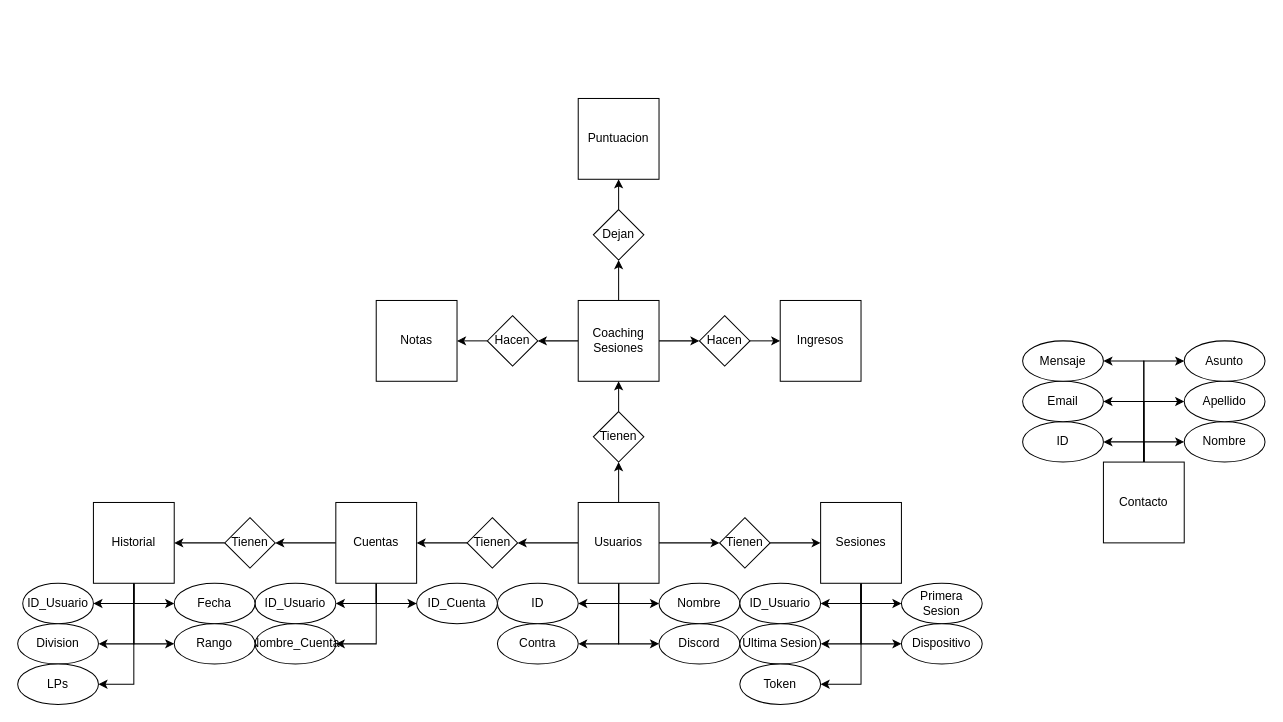
Before: BBDDBellum.drawio in meeeww/bellumserver, a draw.io diagram. Source tidied: cells renumbered, new cells numbered last; positions are measured from the earlier drawing's top-left corner, leaving out a move shared by most shapes. Both pictures are drawn from the tidied source at 101%, with x=0, y=0 at pixel (17, 98).
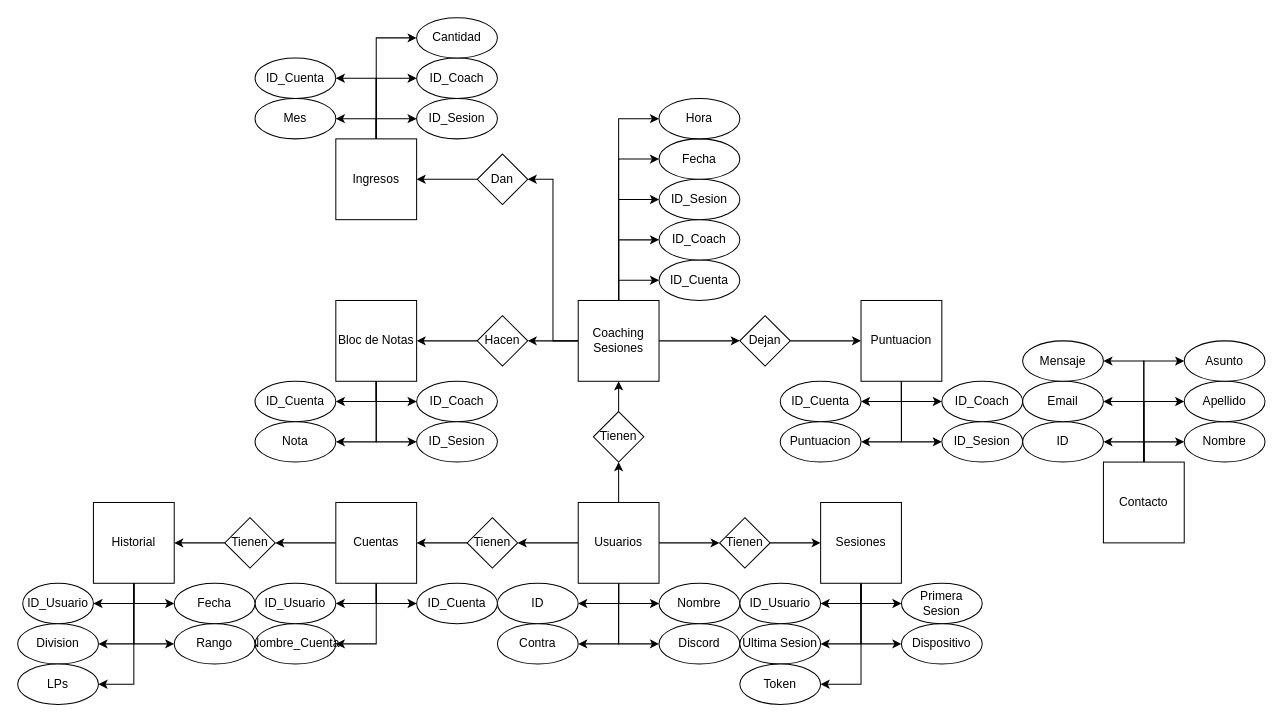
After the change.

Commit message:
Hecha la base de datos

Unchanged cells that the change refers to:
```xml
<mxCell id="31" value="Coaching Sesiones" style="whiteSpace=wrap;html=1;" parent="1" vertex="1">
  <mxGeometry x="555" y="200" width="80" height="80" as="geometry" />
</mxCell>
```

What changed in the source:
```diff
@@
+    <mxCell id="30" style="edgeStyle=none;html=1;entryX=1;entryY=0.5;entryDx=0;entryDy=0;" parent="1" edge="1" source="31" target="75">
+      <mxGeometry relative="1" as="geometry" />
+    </mxCell>
+    <mxCell id="78" style="edgeStyle=orthogonalEdgeStyle;rounded=0;jettySize=auto;html=1;entryX=0;entryY=0.5;entryDx=0;entryDy=0;" parent="1" edge="1" source="31" target="102">
+      <mxGeometry relative="1" as="geometry" />
+    </mxCell>
-    <mxCell id="28" style="edgeStyle=none;html=1;entryX=0;entryY=0.5;entryDx=0;entryDy=0;" parent="1" edge="1" source="31" target="73">
+    <mxCell id="28" style="edgeStyle=orthogonalEdgeStyle;rounded=0;jettySize=auto;html=1;entryX=1;entryY=0.5;entryDx=0;entryDy=0;" parent="1" edge="1" source="31" target="73">
       <mxGeometry relative="1" as="geometry" />
     </mxCell>
-    <mxCell id="29" style="edgeStyle=none;html=1;entryX=0.5;entryY=1;entryDx=0;entryDy=0;" parent="1" edge="1" source="31" target="77">
+    <mxCell id="29" style="edgeStyle=orthogonalEdgeStyle;rounded=0;jettySize=auto;html=1;entryX=0;entryY=0.5;entryDx=0;entryDy=0;" parent="1" edge="1" source="31" target="77">
       <mxGeometry relative="1" as="geometry" />
     </mxCell>
-    <mxCell id="30" style="edgeStyle=none;html=1;entryX=1;entryY=0.5;entryDx=0;entryDy=0;" parent="1" edge="1" source="31" target="75">
-      <mxGeometry relative="1" as="geometry" />
-    </mxCell>
+    <mxCell id="79" style="edgeStyle=orthogonalEdgeStyle;rounded=0;jettySize=auto;html=1;entryX=0;entryY=0.5;entryDx=0;entryDy=0;" parent="1" edge="1" source="31" target="101">
+      <mxGeometry relative="1" as="geometry" />
+    </mxCell>
+    <mxCell id="80" style="edgeStyle=orthogonalEdgeStyle;rounded=0;jettySize=auto;html=1;entryX=0;entryY=0.5;entryDx=0;entryDy=0;" parent="1" edge="1" source="31" target="100">
+      <mxGeometry relative="1" as="geometry" />
+    </mxCell>
+    <mxCell id="81" style="edgeStyle=orthogonalEdgeStyle;rounded=0;jettySize=auto;html=1;entryX=0;entryY=0.5;entryDx=0;entryDy=0;" parent="1" edge="1" source="31" target="103">
+      <mxGeometry relative="1" as="geometry" />
+    </mxCell>
+    <mxCell id="82" style="edgeStyle=orthogonalEdgeStyle;rounded=0;jettySize=auto;html=1;entryX=0;entryY=0.5;entryDx=0;entryDy=0;" parent="1" edge="1" source="31" target="104">
+      <mxGeometry relative="1" as="geometry" />
+    </mxCell>
@@
+    <mxCell id="83" style="edgeStyle=orthogonalEdgeStyle;rounded=0;jettySize=auto;html=1;entryX=1;entryY=0.5;entryDx=0;entryDy=0;" parent="1" edge="1" source="32" target="110">
+      <mxGeometry relative="1" as="geometry" />
+    </mxCell>
+    <mxCell id="84" style="edgeStyle=orthogonalEdgeStyle;rounded=0;jettySize=auto;html=1;entryX=0;entryY=0.5;entryDx=0;entryDy=0;" parent="1" edge="1" source="32" target="113">
+      <mxGeometry relative="1" as="geometry" />
+    </mxCell>
+    <mxCell id="85" style="edgeStyle=orthogonalEdgeStyle;rounded=0;jettySize=auto;html=1;entryX=1;entryY=0.5;entryDx=0;entryDy=0;" parent="1" edge="1" source="32" target="112">
+      <mxGeometry relative="1" as="geometry" />
+    </mxCell>
+    <mxCell id="86" style="edgeStyle=orthogonalEdgeStyle;rounded=0;jettySize=auto;html=1;entryX=0;entryY=0.5;entryDx=0;entryDy=0;" parent="1" edge="1" source="32" target="111">
+      <mxGeometry relative="1" as="geometry" />
+    </mxCell>
     <mxCell id="32" value="Puntuacion" style="whiteSpace=wrap;html=1;" parent="1" vertex="1">
-      <mxGeometry x="555" width="80" height="80" as="geometry" />
+      <mxGeometry x="835" y="200" width="80" height="80" as="geometry" />
     </mxCell>
+    <mxCell id="87" style="edgeStyle=orthogonalEdgeStyle;rounded=0;jettySize=auto;html=1;entryX=1;entryY=0.5;entryDx=0;entryDy=0;" parent="1" edge="1" source="33" target="98">
+      <mxGeometry relative="1" as="geometry" />
+    </mxCell>
+    <mxCell id="88" style="edgeStyle=orthogonalEdgeStyle;rounded=0;jettySize=auto;html=1;entryX=0;entryY=0.5;entryDx=0;entryDy=0;" parent="1" edge="1" source="33" target="99">
+      <mxGeometry relative="1" as="geometry" />
+    </mxCell>
-    <mxCell id="33" value="Notas" style="whiteSpace=wrap;html=1;" parent="1" vertex="1">
-      <mxGeometry x="355" y="200" width="80" height="80" as="geometry" />
+    <mxCell id="33" value="Bloc de Notas" style="whiteSpace=wrap;html=1;" parent="1" vertex="1">
+      <mxGeometry x="315" y="200" width="80" height="80" as="geometry" />
     </mxCell>
+    <mxCell id="89" style="edgeStyle=orthogonalEdgeStyle;rounded=0;jettySize=auto;html=1;entryX=0;entryY=0.5;entryDx=0;entryDy=0;" parent="1" edge="1" source="34" target="108">
+      <mxGeometry relative="1" as="geometry" />
+    </mxCell>
+    <mxCell id="90" style="edgeStyle=orthogonalEdgeStyle;rounded=0;jettySize=auto;html=1;entryX=1;entryY=0.5;entryDx=0;entryDy=0;" parent="1" edge="1" source="34" target="107">
+      <mxGeometry relative="1" as="geometry" />
+    </mxCell>
+    <mxCell id="91" style="edgeStyle=orthogonalEdgeStyle;rounded=0;jettySize=auto;html=1;entryX=0;entryY=0.5;entryDx=0;entryDy=0;" parent="1" edge="1" source="34" target="106">
+      <mxGeometry relative="1" as="geometry" />
+    </mxCell>
+    <mxCell id="92" style="edgeStyle=orthogonalEdgeStyle;rounded=0;jettySize=auto;html=1;entryX=1;entryY=0.5;entryDx=0;entryDy=0;" parent="1" edge="1" source="34" target="105">
+      <mxGeometry relative="1" as="geometry" />
+    </mxCell>
+    <mxCell id="93" style="edgeStyle=orthogonalEdgeStyle;rounded=0;jettySize=auto;html=1;entryX=0;entryY=0.5;entryDx=0;entryDy=0;" parent="1" edge="1" source="34" target="109">
+      <mxGeometry relative="1" as="geometry" />
+    </mxCell>
     <mxCell id="34" value="Ingresos" style="whiteSpace=wrap;html=1;" parent="1" vertex="1">
-      <mxGeometry x="755" y="200" width="80" height="80" as="geometry" />
+      <mxGeometry x="315" y="40" width="80" height="80" as="geometry" />
     </mxCell>
@@
-    <mxCell id="72" style="edgeStyle=none;html=1;entryX=0;entryY=0.5;entryDx=0;entryDy=0;" parent="1" edge="1" source="73" target="34">
+    <mxCell id="72" style="edgeStyle=orthogonalEdgeStyle;rounded=0;jettySize=auto;html=1;entryX=1;entryY=0.5;entryDx=0;entryDy=0;" parent="1" edge="1" source="73" target="34">
       <mxGeometry relative="1" as="geometry" />
     </mxCell>
-    <mxCell id="73" value="Hacen" style="rhombus;whiteSpace=wrap;html=1;" parent="1" vertex="1">
-      <mxGeometry x="675" y="215" width="50" height="50" as="geometry" />
+    <mxCell id="73" value="Dan" style="rhombus;whiteSpace=wrap;html=1;" parent="1" vertex="1">
+      <mxGeometry x="455" y="55" width="50" height="50" as="geometry" />
     </mxCell>
@@
     <mxCell id="75" value="Hacen" style="rhombus;whiteSpace=wrap;html=1;" parent="1" vertex="1">
-      <mxGeometry x="465" y="215" width="50" height="50" as="geometry" />
+      <mxGeometry x="455" y="215" width="50" height="50" as="geometry" />
     </mxCell>
-    <mxCell id="76" style="edgeStyle=none;html=1;entryX=0.5;entryY=1;entryDx=0;entryDy=0;" parent="1" edge="1" source="77" target="32">
+    <mxCell id="76" style="edgeStyle=orthogonalEdgeStyle;rounded=0;jettySize=auto;html=1;entryX=0;entryY=0.5;entryDx=0;entryDy=0;" parent="1" edge="1" source="77" target="32">
       <mxGeometry relative="1" as="geometry" />
     </mxCell>
     <mxCell id="77" value="Dejan" style="rhombus;whiteSpace=wrap;html=1;" parent="1" vertex="1">
-      <mxGeometry x="570" y="110" width="50" height="50" as="geometry" />
+      <mxGeometry x="715" y="215" width="50" height="50" as="geometry" />
     </mxCell>
+    <mxCell id="94" value="ID_Cuenta" style="ellipse;whiteSpace=wrap;html=1;" parent="1" vertex="1">
+      <mxGeometry x="235" y="280" width="80" height="40" as="geometry" />
+    </mxCell>
+    <mxCell id="95" style="edgeStyle=orthogonalEdgeStyle;rounded=0;jettySize=auto;html=1;entryX=1;entryY=0.5;entryDx=0;entryDy=0;exitX=0.5;exitY=1;exitDx=0;exitDy=0;" parent="1" edge="1" source="33" target="94">
+      <mxGeometry relative="1" as="geometry" />
+    </mxCell>
+    <mxCell id="96" value="ID_Coach" style="ellipse;whiteSpace=wrap;html=1;" parent="1" vertex="1">
+      <mxGeometry x="395" y="280" width="80" height="40" as="geometry" />
+    </mxCell>
+    <mxCell id="97" style="edgeStyle=orthogonalEdgeStyle;rounded=0;jettySize=auto;html=1;entryX=0;entryY=0.5;entryDx=0;entryDy=0;exitX=0.5;exitY=1;exitDx=0;exitDy=0;" parent="1" edge="1" source="33" target="96">
+      <mxGeometry relative="1" as="geometry" />
+    </mxCell>
+    <mxCell id="98" value="Nota" style="ellipse;whiteSpace=wrap;html=1;" parent="1" vertex="1">
+      <mxGeometry x="235" y="320" width="80" height="40" as="geometry" />
+    </mxCell>
+    <mxCell id="99" value="ID_Sesion" style="ellipse;whiteSpace=wrap;html=1;" parent="1" vertex="1">
+      <mxGeometry x="395" y="320" width="80" height="40" as="geometry" />
+    </mxCell>
+    <mxCell id="100" value="ID_Sesion" style="ellipse;whiteSpace=wrap;html=1;" parent="1" vertex="1">
+      <mxGeometry x="635" y="80" width="80" height="40" as="geometry" />
+    </mxCell>
+    <mxCell id="101" value="ID_Cuenta" style="ellipse;whiteSpace=wrap;html=1;" parent="1" vertex="1">
+      <mxGeometry x="635" y="160" width="80" height="40" as="geometry" />
+    </mxCell>
+    <mxCell id="102" value="ID_Coach" style="ellipse;whiteSpace=wrap;html=1;" parent="1" vertex="1">
+      <mxGeometry x="635" y="120" width="80" height="40" as="geometry" />
+    </mxCell>
+    <mxCell id="103" value="Fecha" style="ellipse;whiteSpace=wrap;html=1;" parent="1" vertex="1">
+      <mxGeometry x="635" y="40" width="80" height="40" as="geometry" />
+    </mxCell>
+    <mxCell id="104" value="Hora" style="ellipse;whiteSpace=wrap;html=1;" parent="1" vertex="1">
+      <mxGeometry x="635" width="80" height="40" as="geometry" />
+    </mxCell>
+    <mxCell id="105" value="ID_Cuenta" style="ellipse;whiteSpace=wrap;html=1;" parent="1" vertex="1">
+      <mxGeometry x="235" y="-40" width="80" height="40" as="geometry" />
+    </mxCell>
+    <mxCell id="106" value="ID_Coach" style="ellipse;whiteSpace=wrap;html=1;" parent="1" vertex="1">
+      <mxGeometry x="395" y="-40" width="80" height="40" as="geometry" />
+    </mxCell>
+    <mxCell id="107" value="Mes" style="ellipse;whiteSpace=wrap;html=1;" parent="1" vertex="1">
+      <mxGeometry x="235" width="80" height="40" as="geometry" />
+    </mxCell>
+    <mxCell id="108" value="ID_Sesion" style="ellipse;whiteSpace=wrap;html=1;" parent="1" vertex="1">
+      <mxGeometry x="395" width="80" height="40" as="geometry" />
+    </mxCell>
+    <mxCell id="109" value="Cantidad" style="ellipse;whiteSpace=wrap;html=1;" parent="1" vertex="1">
+      <mxGeometry x="395" y="-80" width="80" height="40" as="geometry" />
+    </mxCell>
+    <mxCell id="110" value="ID_Cuenta" style="ellipse;whiteSpace=wrap;html=1;" parent="1" vertex="1">
+      <mxGeometry x="755" y="280" width="80" height="40" as="geometry" />
+    </mxCell>
+    <mxCell id="111" value="ID_Coach" style="ellipse;whiteSpace=wrap;html=1;" parent="1" vertex="1">
+      <mxGeometry x="915" y="280" width="80" height="40" as="geometry" />
+    </mxCell>
+    <mxCell id="112" value="Puntuacion" style="ellipse;whiteSpace=wrap;html=1;" parent="1" vertex="1">
+      <mxGeometry x="755" y="320" width="80" height="40" as="geometry" />
+    </mxCell>
+    <mxCell id="113" value="ID_Sesion" style="ellipse;whiteSpace=wrap;html=1;" parent="1" vertex="1">
+      <mxGeometry x="915" y="320" width="80" height="40" as="geometry" />
+    </mxCell>
```
